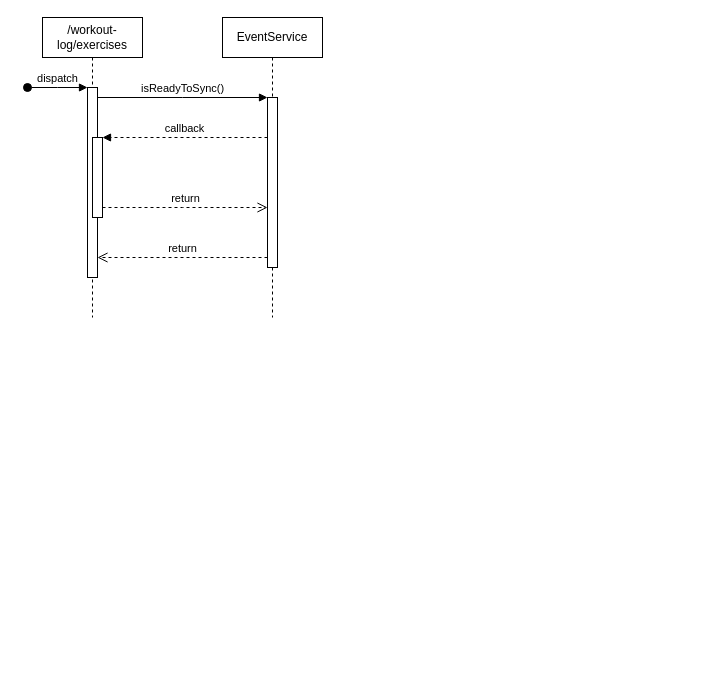
Before: Untitled Diagram.drawio in conanfanli/dadbod, a draw.io diagram. Source tidied: cells renumbered, new cells numbered last; positions are measured from the earlier drawing's top-left corner, leaving out a move shared by most shapes. Both pictures are drawn from the tidied source at 100%, with x=0, y=0 at pixel (27, 17).
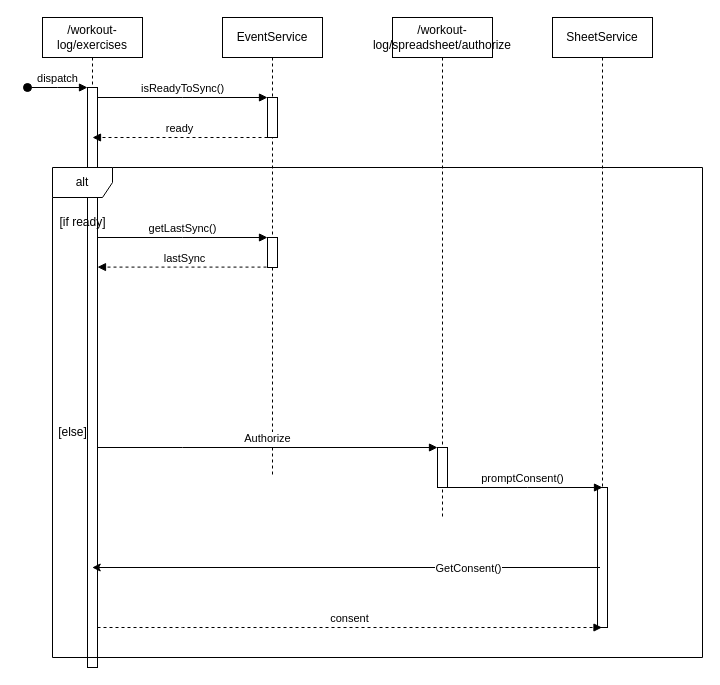
After the change.

Change to the diagram source:
```diff
@@
     <mxCell id="2" value="/workout-log/exercises" style="shape=umlLifeline;perimeter=lifelinePerimeter;whiteSpace=wrap;html=1;newEdgeStyle={&quot;edgeStyle&quot;:&quot;elbowEdgeStyle&quot;,&quot;elbow&quot;:&quot;vertical&quot;,&quot;curved&quot;:0,&quot;rounded&quot;:0};" parent="1" vertex="1">
-      <mxGeometry x="15" width="100" height="300" as="geometry" />
+      <mxGeometry x="15" width="100" height="650" as="geometry" />
     </mxCell>
     <mxCell id="3" style="html=1;points=[];perimeter=orthogonalPerimeter;outlineConnect=0;targetShapes=umlLifeline;portConstraint=eastwest;newEdgeStyle={&quot;edgeStyle&quot;:&quot;elbowEdgeStyle&quot;,&quot;elbow&quot;:&quot;vertical&quot;,&quot;curved&quot;:0,&quot;rounded&quot;:0};" parent="2" vertex="1">
-      <mxGeometry x="45" y="70" width="10" height="190" as="geometry" />
+      <mxGeometry x="45" y="70" width="10" height="580" as="geometry" />
     </mxCell>
@@
-    <mxCell id="5" style="html=1;points=[];perimeter=orthogonalPerimeter;outlineConnect=0;targetShapes=umlLifeline;portConstraint=eastwest;newEdgeStyle={&quot;edgeStyle&quot;:&quot;elbowEdgeStyle&quot;,&quot;elbow&quot;:&quot;vertical&quot;,&quot;curved&quot;:0,&quot;rounded&quot;:0};" parent="2" vertex="1">
-      <mxGeometry x="50" y="120" width="10" height="80" as="geometry" />
-    </mxCell>
     <mxCell id="6" value="EventService" style="shape=umlLifeline;perimeter=lifelinePerimeter;whiteSpace=wrap;html=1;newEdgeStyle={&quot;edgeStyle&quot;:&quot;elbowEdgeStyle&quot;,&quot;elbow&quot;:&quot;vertical&quot;,&quot;curved&quot;:0,&quot;rounded&quot;:0};" parent="1" vertex="1">
-      <mxGeometry x="195" width="100" height="300" as="geometry" />
+      <mxGeometry x="195" width="100" height="460" as="geometry" />
     </mxCell>
     <mxCell id="7" style="html=1;points=[];perimeter=orthogonalPerimeter;outlineConnect=0;targetShapes=umlLifeline;portConstraint=eastwest;newEdgeStyle={&quot;edgeStyle&quot;:&quot;elbowEdgeStyle&quot;,&quot;elbow&quot;:&quot;vertical&quot;,&quot;curved&quot;:0,&quot;rounded&quot;:0};" parent="6" vertex="1">
-      <mxGeometry x="45" y="80" width="10" height="170" as="geometry" />
+      <mxGeometry x="45" y="80" width="10" height="40" as="geometry" />
     </mxCell>
@@
-    <mxCell id="9" value="return" style="html=1;verticalAlign=bottom;endArrow=open;dashed=1;endSize=8;edgeStyle=elbowEdgeStyle;elbow=vertical;curved=0;rounded=0;" parent="1" edge="1" source="7" target="3">
-      <mxGeometry relative="1" as="geometry">
-        <Array as="points">
-          <mxPoint x="165" y="240" />
-        </Array>
-      </mxGeometry>
-    </mxCell>
-    <mxCell id="10" value="callback" style="html=1;verticalAlign=bottom;endArrow=block;edgeStyle=elbowEdgeStyle;elbow=vertical;curved=0;rounded=0;strokeColor=default;dashed=1;" parent="1" edge="1" source="7" target="5">
+    <mxCell id="10" value="ready" style="html=1;verticalAlign=bottom;endArrow=block;edgeStyle=elbowEdgeStyle;elbow=vertical;curved=0;rounded=0;strokeColor=default;dashed=1;" parent="1" edge="1" source="7">
       <mxGeometry relative="1" as="geometry">
+        <mxPoint x="65" y="120" as="targetPoint" />
         <Array as="points">
           <mxPoint x="165" y="120" />
         </Array>
       </mxGeometry>
     </mxCell>
-    <mxCell id="11" value="return" style="html=1;verticalAlign=bottom;endArrow=open;dashed=1;endSize=8;edgeStyle=elbowEdgeStyle;elbow=vertical;curved=0;rounded=0;" parent="1" edge="1" source="5" target="7">
-      <mxGeometry relative="1" as="geometry">
-        <Array as="points">
-          <mxPoint x="155" y="190" />
-        </Array>
-      </mxGeometry>
-    </mxCell>
+    <mxCell id="12" value="alt" style="shape=umlFrame;whiteSpace=wrap;html=1;" parent="1" vertex="1">
+      <mxGeometry x="25" y="150" width="650" height="490" as="geometry" />
+    </mxCell>
+    <mxCell id="13" value="[if ready]" style="text;html=1;align=center;verticalAlign=middle;strokeColor=none;fillColor=none;" parent="1" vertex="1">
+      <mxGeometry x="20" y="190" width="70" height="30" as="geometry" />
+    </mxCell>
+    <mxCell id="14" value="[else]" style="text;html=1;align=center;verticalAlign=middle;strokeColor=none;fillColor=none;" parent="1" vertex="1">
+      <mxGeometry x="20" y="400" width="50" height="30" as="geometry" />
+    </mxCell>
+    <mxCell id="15" value="getLastSync()" style="html=1;verticalAlign=bottom;endArrow=block;edgeStyle=elbowEdgeStyle;elbow=vertical;curved=0;rounded=0;" parent="1" edge="1">
+      <mxGeometry relative="1" as="geometry">
+        <mxPoint x="70" y="220" as="sourcePoint" />
+        <mxPoint x="240" y="220" as="targetPoint" />
+        <Array as="points">
+          <mxPoint x="155" y="220" />
+        </Array>
+      </mxGeometry>
+    </mxCell>
+    <mxCell id="16" value="lastSync" style="html=1;verticalAlign=bottom;endArrow=block;edgeStyle=elbowEdgeStyle;elbow=vertical;curved=0;rounded=0;strokeColor=default;dashed=1;" parent="1" edge="1">
+      <mxGeometry relative="1" as="geometry">
+        <mxPoint x="245" y="249.6" as="sourcePoint" />
+        <mxPoint x="70" y="249.6" as="targetPoint" />
+        <Array as="points">
+          <mxPoint x="170" y="249.6" />
+        </Array>
+      </mxGeometry>
+    </mxCell>
+    <mxCell id="17" style="html=1;perimeter=orthogonalPerimeter;targetShapes=umlLifeline;newEdgeStyle={&quot;edgeStyle&quot;:&quot;elbowEdgeStyle&quot;,&quot;elbow&quot;:&quot;vertical&quot;,&quot;curved&quot;:0,&quot;rounded&quot;:0};" parent="1" vertex="1">
+      <mxGeometry x="240" y="220" width="10" height="30" as="geometry" />
+    </mxCell>
+    <mxCell id="18" value="/workout-log/spreadsheet/authorize" style="shape=umlLifeline;perimeter=lifelinePerimeter;whiteSpace=wrap;html=1;newEdgeStyle={&quot;edgeStyle&quot;:&quot;elbowEdgeStyle&quot;,&quot;elbow&quot;:&quot;vertical&quot;,&quot;curved&quot;:0,&quot;rounded&quot;:0};" parent="1" vertex="1">
+      <mxGeometry x="365" width="100" height="500" as="geometry" />
+    </mxCell>
+    <mxCell id="19" style="html=1;perimeter=orthogonalPerimeter;targetShapes=umlLifeline;newEdgeStyle={&quot;edgeStyle&quot;:&quot;elbowEdgeStyle&quot;,&quot;elbow&quot;:&quot;vertical&quot;,&quot;curved&quot;:0,&quot;rounded&quot;:0};" parent="18" vertex="1">
+      <mxGeometry x="45" y="430" width="10" height="40" as="geometry" />
+    </mxCell>
+    <mxCell id="20" value="Authorize" style="html=1;verticalAlign=bottom;endArrow=block;edgeStyle=elbowEdgeStyle;elbow=vertical;curved=0;rounded=0;" parent="1" edge="1">
+      <mxGeometry relative="1" as="geometry">
+        <mxPoint x="70" y="430" as="sourcePoint" />
+        <mxPoint x="410" y="430" as="targetPoint" />
+        <Array as="points">
+          <mxPoint x="155" y="430" />
+        </Array>
+      </mxGeometry>
+    </mxCell>
+    <mxCell id="21" value="SheetService&lt;br&gt;" style="shape=umlLifeline;perimeter=lifelinePerimeter;whiteSpace=wrap;html=1;newEdgeStyle={&quot;edgeStyle&quot;:&quot;elbowEdgeStyle&quot;,&quot;elbow&quot;:&quot;vertical&quot;,&quot;curved&quot;:0,&quot;rounded&quot;:0};" parent="1" vertex="1">
+      <mxGeometry x="525" width="100" height="500" as="geometry" />
+    </mxCell>
+    <mxCell id="22" style="html=1;perimeter=orthogonalPerimeter;targetShapes=umlLifeline;newEdgeStyle={&quot;edgeStyle&quot;:&quot;elbowEdgeStyle&quot;,&quot;elbow&quot;:&quot;vertical&quot;,&quot;curved&quot;:0,&quot;rounded&quot;:0};" parent="21" vertex="1">
+      <mxGeometry x="45" y="470" width="10" height="140" as="geometry" />
+    </mxCell>
+    <mxCell id="23" value="promptConsent()" style="html=1;verticalAlign=bottom;endArrow=block;edgeStyle=elbowEdgeStyle;elbow=vertical;curved=0;rounded=0;" parent="1" edge="1">
+      <mxGeometry relative="1" as="geometry">
+        <mxPoint x="415" y="470" as="sourcePoint" />
+        <mxPoint x="575" y="470" as="targetPoint" />
+        <Array as="points">
+          <mxPoint x="500" y="470" />
+        </Array>
+      </mxGeometry>
+    </mxCell>
+    <mxCell id="24" style="endArrow=classic;html=1;rounded=0;" parent="1" edge="1">
+      <mxGeometry relative="1" as="geometry">
+        <mxPoint x="572.5" y="550" as="sourcePoint" />
+        <mxPoint x="64.7" y="550" as="targetPoint" />
+      </mxGeometry>
+    </mxCell>
+    <mxCell id="25" value="GetConsent()" style="edgeLabel;html=1;align=center;verticalAlign=middle;" parent="24" vertex="1">
+      <mxGeometry x="-0.48" relative="1" as="geometry" />
+    </mxCell>
+    <mxCell id="26" value="consent" style="html=1;verticalAlign=bottom;endArrow=block;edgeStyle=elbowEdgeStyle;elbow=vertical;curved=0;rounded=0;dashed=1;" parent="1" edge="1">
+      <mxGeometry relative="1" as="geometry">
+        <mxPoint x="70" y="610" as="sourcePoint" />
+        <mxPoint x="574.5" y="610" as="targetPoint" />
+        <Array as="points">
+          <mxPoint x="155" y="610" />
+        </Array>
+      </mxGeometry>
+    </mxCell>
```
